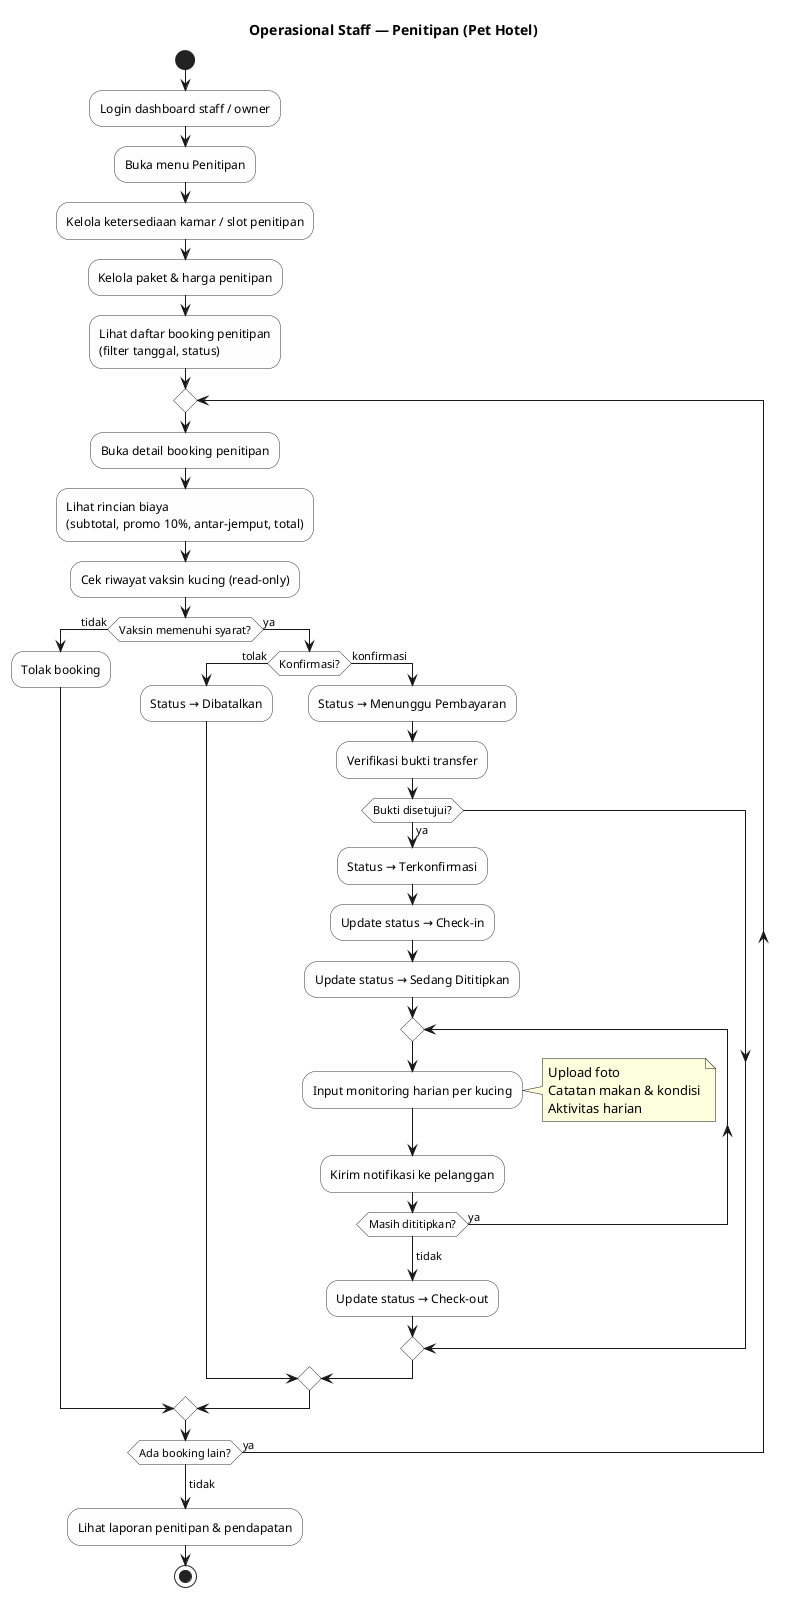
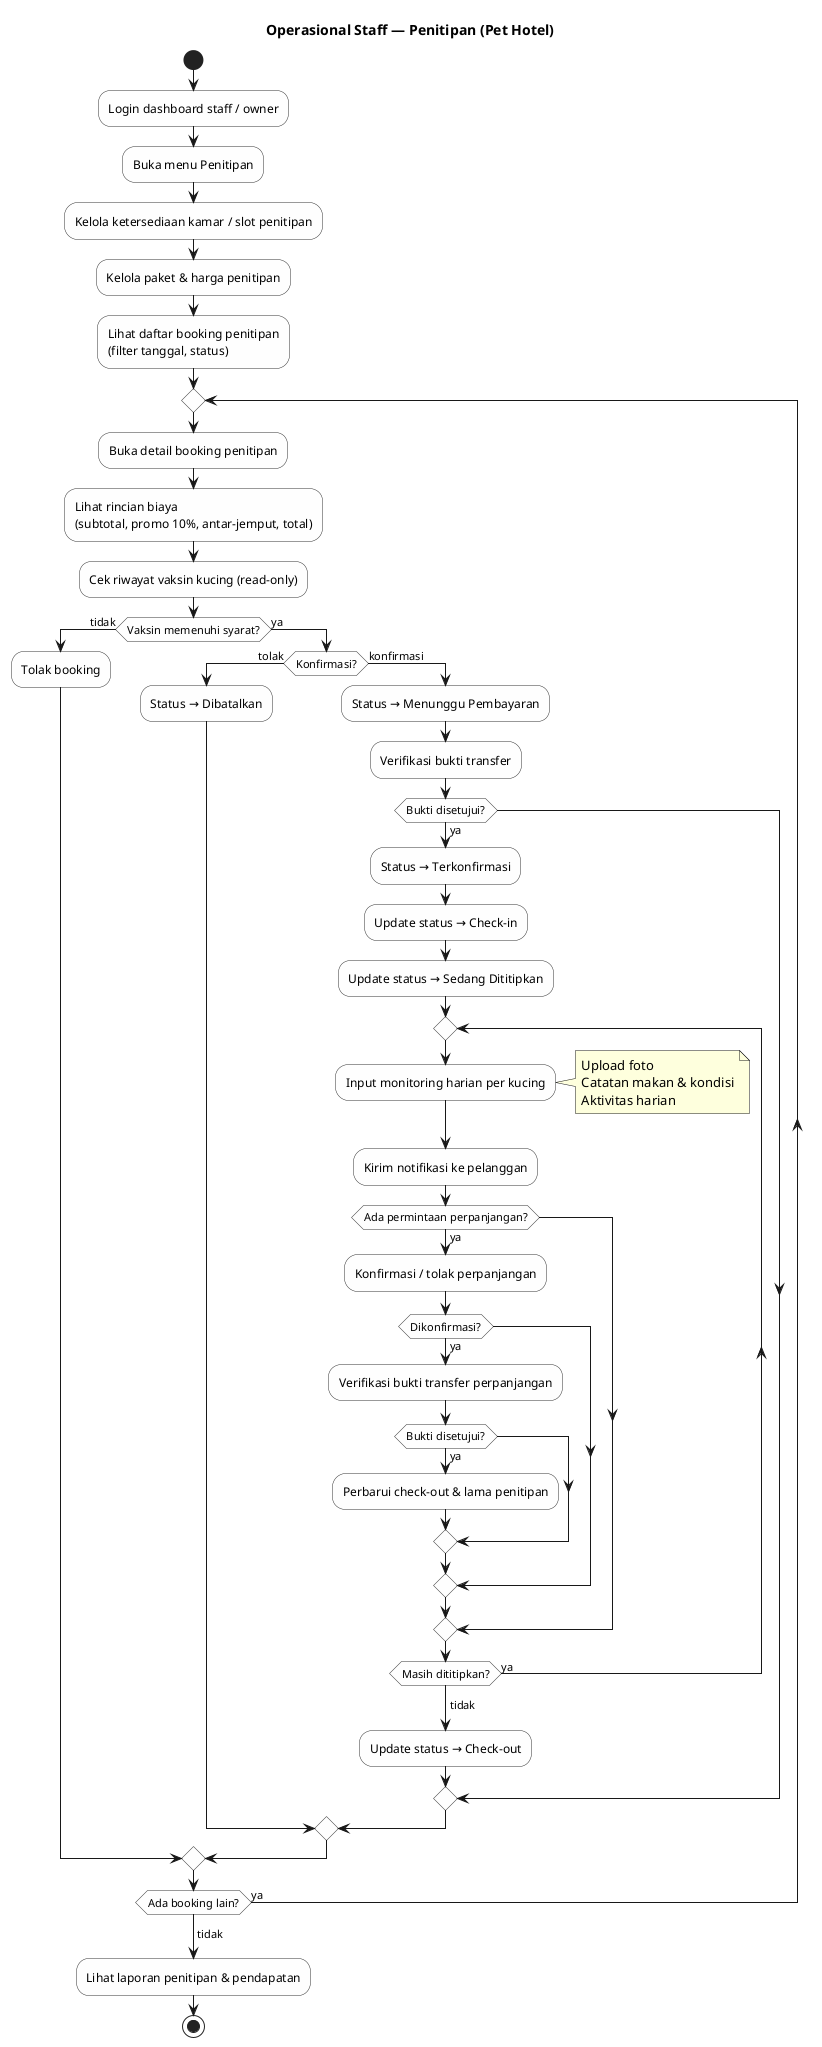
@startuml activity-penitipan-staff
skinparam activity {
  BackgroundColor #FEFEFE
  BorderColor #333333
}

title Operasional Staff — Penitipan (Pet Hotel)

|Staff / Owner|
start
:Login dashboard staff / owner;
:Buka menu Penitipan;

:Kelola ketersediaan kamar / slot penitipan;
:Kelola paket & harga penitipan;
:Lihat daftar booking penitipan\n(filter tanggal, status);

repeat
  :Buka detail booking penitipan;
  :Lihat rincian biaya\n(subtotal, promo 10%, antar-jemput, total);
  :Cek riwayat vaksin kucing (read-only);

  if (Vaksin memenuhi syarat?) then (tidak)
    :Tolak booking;
  else (ya)
    if (Konfirmasi?) then (tolak)
      :Status → Dibatalkan;
    else (konfirmasi)
      :Status → Menunggu Pembayaran;
      :Verifikasi bukti transfer;
      if (Bukti disetujui?) then (ya)
        :Status → Terkonfirmasi;
        :Update status → Check-in;
        :Update status → Sedang Dititipkan;

        repeat
          :Input monitoring harian per kucing;
          note right
            Upload foto
            Catatan makan & kondisi
            Aktivitas harian
          end note
          :Kirim notifikasi ke pelanggan;
+ 
+           if (Ada permintaan perpanjangan?) then (ya)
+             :Konfirmasi / tolak perpanjangan;
+             if (Dikonfirmasi?) then (ya)
+               :Verifikasi bukti transfer perpanjangan;
+               if (Bukti disetujui?) then (ya)
+                 :Perbarui check-out & lama penitipan;
+               endif
+             endif
+           endif
        repeat while (Masih dititipkan?) is (ya)
        ->tidak;

        :Update status → Check-out;
      endif
    endif
  endif
repeat while (Ada booking lain?) is (ya)
->tidak;

:Lihat laporan penitipan & pendapatan;

stop
@enduml
